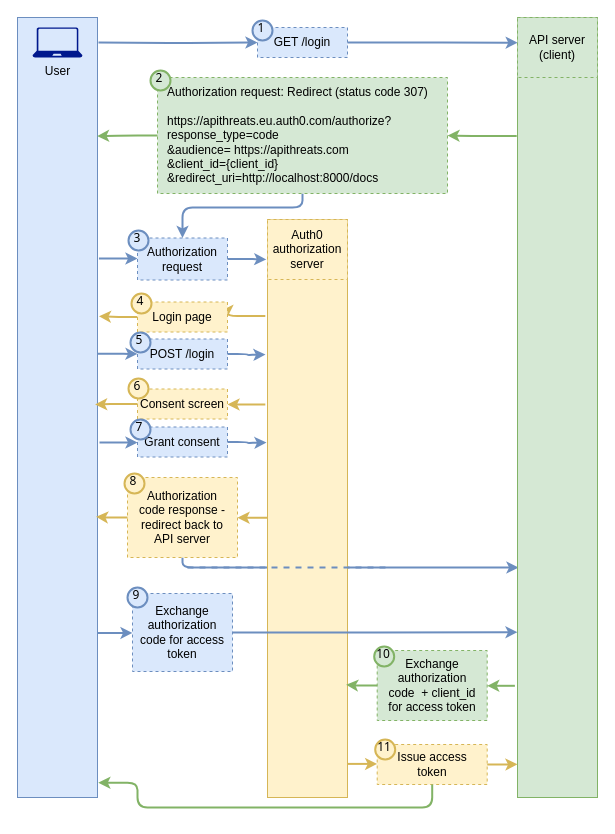
The draw.io diagram page "8.3" (4 of 7) of ch08.drawio in abunuwas/api-sec-book-imgs, before the edit. Source tidied: cells renumbered, new cells numbered last; positions are measured from the earlier drawing's top-left corner, leaving out a move shared by most shapes. Both pictures are drawn from the tidied source at 100%, with x=0, y=0 at pixel (17, 17).
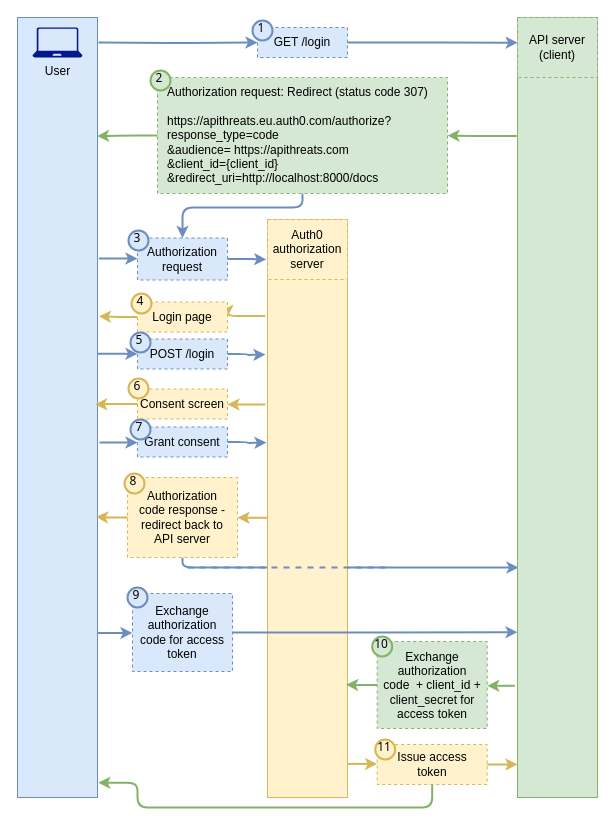
Above is the later version.

Change to the diagram source:
```diff
@@
-    <mxCell id="43" value="Exchange authorization code&amp;nbsp; + client_id for access token" style="text;html=1;align=center;verticalAlign=middle;whiteSpace=wrap;rounded=0;strokeColor=#82b366;dashed=1;spacing=6;fillColor=#d5e8d4;" parent="1" vertex="1">
-      <mxGeometry x="359.7" y="633" width="110" height="70" as="geometry" />
+    <mxCell id="43" value="Exchange authorization code&amp;nbsp; + client_id + client_secret for access token" style="text;html=1;align=center;verticalAlign=middle;whiteSpace=wrap;rounded=0;strokeColor=#82b366;dashed=1;spacing=6;fillColor=#d5e8d4;" parent="1" vertex="1">
+      <mxGeometry x="359.7" y="624" width="110" height="87" as="geometry" />
     </mxCell>
@@
     <mxCell id="55" value="10" style="ellipse;whiteSpace=wrap;html=1;strokeWidth=2;fontFamily=Tahoma;spacingBottom=4;spacingRight=2;strokeColor=#82b366;fillColor=#d5e8d4;" parent="1" vertex="1">
-      <mxGeometry x="356.7" y="629" width="20" height="20" as="geometry" />
+      <mxGeometry x="354.7" y="619" width="20" height="20" as="geometry" />
     </mxCell>
```
